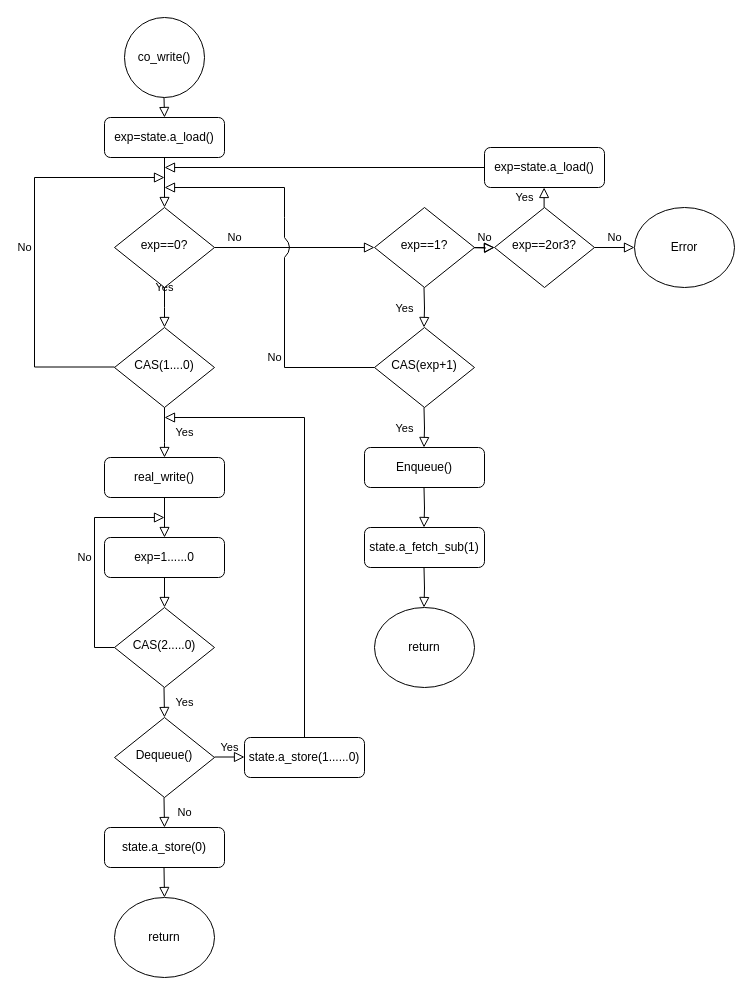
Before: Co_Write.drawio in dangzzz/CoIO, a draw.io diagram. Source tidied: cells renumbered, new cells numbered last; positions are measured from the earlier drawing's top-left corner, leaving out a move shared by most shapes. Both pictures are drawn from the tidied source at 100%, with x=0, y=0 at pixel (34, 17).
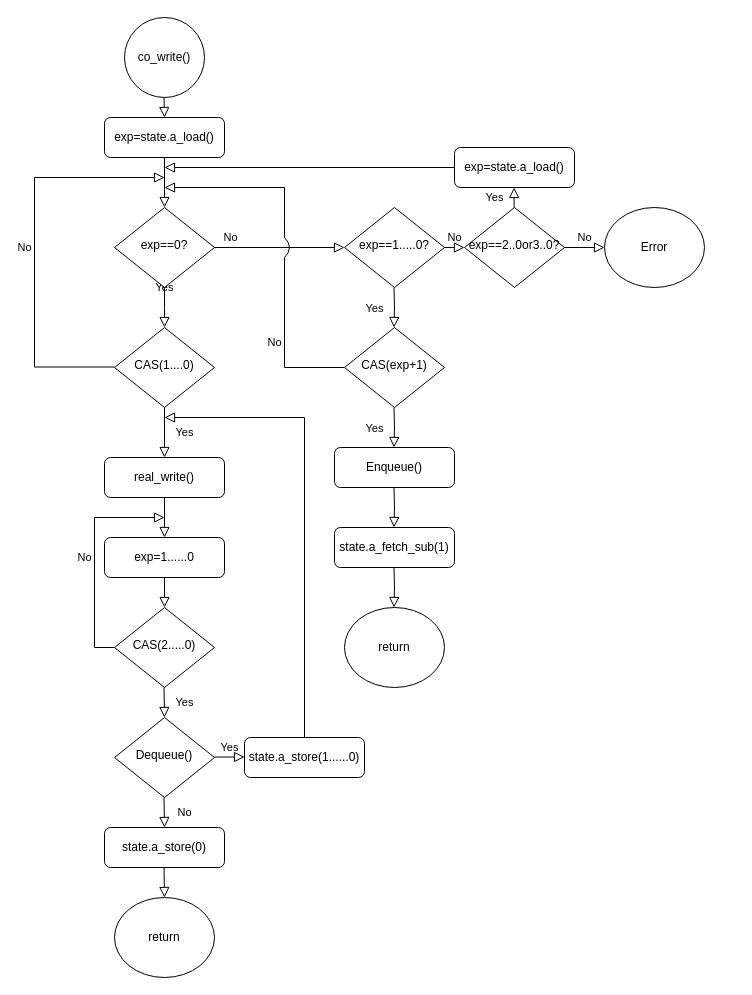
The same page after the edit.

Change to the diagram source:
```diff
@@
-    <mxCell id="7" style="edgeStyle=orthogonalEdgeStyle;rounded=0;jettySize=auto;html=1;shadow=0;labelBackgroundColor=none;endArrow=block;endFill=0;endSize=8;strokeWidth=1;" parent="1" edge="1" target="10">
-      <mxGeometry relative="1" as="geometry">
-        <mxPoint x="430" y="230" as="sourcePoint" />
-      </mxGeometry>
-    </mxCell>
-    <mxCell id="8" value="exp==1?" style="rhombus;whiteSpace=wrap;html=1;shadow=0;fontFamily=Helvetica;fontSize=12;align=center;strokeWidth=1;spacing=6;spacingTop=-4;" parent="1" vertex="1">
-      <mxGeometry x="340" y="190" width="100" height="80" as="geometry" />
+    <mxCell id="8" value="exp==1.....0?" style="rhombus;whiteSpace=wrap;html=1;shadow=0;fontFamily=Helvetica;fontSize=12;align=center;strokeWidth=1;spacing=6;spacingTop=-4;" parent="1" vertex="1">
+      <mxGeometry x="310" y="190" width="100" height="80" as="geometry" />
     </mxCell>
-    <mxCell id="9" value="No" style="edgeStyle=orthogonalEdgeStyle;rounded=0;html=1;jettySize=auto;fontSize=11;endArrow=block;endFill=0;endSize=8;strokeWidth=1;shadow=0;labelBackgroundColor=none;entryX=0;entryY=0.5;entryDx=0;entryDy=0;exitX=1;exitY=0.5;exitDx=0;exitDy=0;" parent="1" edge="1" source="8" target="10">
+    <mxCell id="9" value="No" style="edgeStyle=orthogonalEdgeStyle;rounded=0;html=1;jettySize=auto;fontSize=11;endArrow=block;endFill=0;endSize=8;strokeWidth=1;shadow=0;labelBackgroundColor=none;exitX=1;exitY=0.5;exitDx=0;exitDy=0;entryX=0;entryY=0.5;entryDx=0;entryDy=0;" parent="1" edge="1" source="8" target="10">
       <mxGeometry y="10" relative="1" as="geometry" />
     </mxCell>
-    <mxCell id="10" value="exp==2or3?" style="rhombus;whiteSpace=wrap;html=1;shadow=0;fontFamily=Helvetica;fontSize=12;align=center;strokeWidth=1;spacing=6;spacingTop=-4;" parent="1" vertex="1">
-      <mxGeometry x="460" y="190" width="100" height="80" as="geometry" />
+    <mxCell id="10" value="exp==2..0or3..0?" style="rhombus;whiteSpace=wrap;html=1;shadow=0;fontFamily=Helvetica;fontSize=12;align=center;strokeWidth=1;spacing=6;spacingTop=-4;" parent="1" vertex="1">
+      <mxGeometry x="430" y="190" width="100" height="80" as="geometry" />
     </mxCell>
     <mxCell id="11" value="No" style="edgeStyle=orthogonalEdgeStyle;rounded=0;html=1;jettySize=auto;orthogonalLoop=1;fontSize=11;endArrow=block;endFill=0;endSize=8;strokeWidth=1;shadow=0;labelBackgroundColor=none;" parent="1" edge="1">
       <mxGeometry y="10" relative="1" as="geometry">
-        <mxPoint x="560" y="230" as="sourcePoint" />
-        <mxPoint x="600" y="230" as="targetPoint" />
+        <mxPoint x="530" y="230" as="sourcePoint" />
+        <mxPoint x="570" y="230" as="targetPoint" />
         <Array as="points">
-          <mxPoint x="560" y="230" />
-          <mxPoint x="560" y="230" />
+          <mxPoint x="530" y="230" />
+          <mxPoint x="530" y="230" />
         </Array>
       </mxGeometry>
     </mxCell>
     <mxCell id="12" value="Error" style="ellipse;whiteSpace=wrap;html=1;" parent="1" vertex="1">
-      <mxGeometry x="600" y="190" width="100" height="80" as="geometry" />
+      <mxGeometry x="570" y="190" width="100" height="80" as="geometry" />
     </mxCell>
@@
     <mxCell id="30" value="Yes" style="rounded=0;html=1;jettySize=auto;orthogonalLoop=1;fontSize=11;endArrow=block;endFill=0;endSize=8;strokeWidth=1;shadow=0;labelBackgroundColor=none;edgeStyle=orthogonalEdgeStyle;" parent="1" edge="1">
       <mxGeometry y="20" relative="1" as="geometry">
-        <mxPoint x="389.5" y="270" as="sourcePoint" />
-        <mxPoint x="389.5" y="310" as="targetPoint" />
+        <mxPoint x="359.5" y="270" as="sourcePoint" />
+        <mxPoint x="359.5" y="310" as="targetPoint" />
       </mxGeometry>
     </mxCell>
     <mxCell id="31" value="CAS(exp+1)" style="rhombus;whiteSpace=wrap;html=1;shadow=0;fontFamily=Helvetica;fontSize=12;align=center;strokeWidth=1;spacing=6;spacingTop=-4;" parent="1" vertex="1">
-      <mxGeometry x="340" y="310" width="100" height="80" as="geometry" />
+      <mxGeometry x="310" y="310" width="100" height="80" as="geometry" />
     </mxCell>
@@
     <mxCell id="35" value="return" style="ellipse;whiteSpace=wrap;html=1;" parent="1" vertex="1">
-      <mxGeometry x="340" y="590" width="100" height="80" as="geometry" />
+      <mxGeometry x="310" y="590" width="100" height="80" as="geometry" />
     </mxCell>
@@
     <mxCell id="37" value="Yes" style="rounded=0;html=1;jettySize=auto;orthogonalLoop=1;fontSize=11;endArrow=block;endFill=0;endSize=8;strokeWidth=1;shadow=0;labelBackgroundColor=none;edgeStyle=orthogonalEdgeStyle;" parent="1" edge="1">
       <mxGeometry y="20" relative="1" as="geometry">
-        <mxPoint x="389.5" y="390" as="sourcePoint" />
-        <mxPoint x="389.5" y="430" as="targetPoint" />
+        <mxPoint x="359.5" y="390" as="sourcePoint" />
+        <mxPoint x="359.5" y="430" as="targetPoint" />
       </mxGeometry>
     </mxCell>
     <mxCell id="38" value="Enqueue()" style="rounded=1;whiteSpace=wrap;html=1;fontSize=12;glass=0;strokeWidth=1;shadow=0;" parent="1" vertex="1">
-      <mxGeometry x="330" y="430" width="120" height="40" as="geometry" />
+      <mxGeometry x="300" y="430" width="120" height="40" as="geometry" />
     </mxCell>
@@
     <mxCell id="41" style="rounded=0;html=1;jettySize=auto;orthogonalLoop=1;fontSize=11;endArrow=block;endFill=0;endSize=8;strokeWidth=1;shadow=0;labelBackgroundColor=none;edgeStyle=orthogonalEdgeStyle;" parent="1" edge="1">
       <mxGeometry y="20" relative="1" as="geometry">
-        <mxPoint x="389.5" y="470" as="sourcePoint" />
-        <mxPoint x="389.5" y="510" as="targetPoint" />
+        <mxPoint x="359.5" y="470" as="sourcePoint" />
+        <mxPoint x="359.5" y="510" as="targetPoint" />
       </mxGeometry>
     </mxCell>
     <mxCell id="42" value="state.a_fetch_sub(1)" style="rounded=1;whiteSpace=wrap;html=1;fontSize=12;glass=0;strokeWidth=1;shadow=0;" parent="1" vertex="1">
-      <mxGeometry x="330" y="510" width="120" height="40" as="geometry" />
+      <mxGeometry x="300" y="510" width="120" height="40" as="geometry" />
     </mxCell>
     <mxCell id="43" style="rounded=0;html=1;jettySize=auto;orthogonalLoop=1;fontSize=11;endArrow=block;endFill=0;endSize=8;strokeWidth=1;shadow=0;labelBackgroundColor=none;edgeStyle=orthogonalEdgeStyle;" parent="1" edge="1">
       <mxGeometry y="20" relative="1" as="geometry">
-        <mxPoint x="389.5" y="550" as="sourcePoint" />
-        <mxPoint x="389.5" y="590" as="targetPoint" />
+        <mxPoint x="359.5" y="550" as="sourcePoint" />
+        <mxPoint x="359.5" y="590" as="targetPoint" />
       </mxGeometry>
     </mxCell>
@@
     <mxCell id="45" value="exp=state.a_load()" style="rounded=1;whiteSpace=wrap;html=1;fontSize=12;glass=0;strokeWidth=1;shadow=0;" parent="1" vertex="1">
-      <mxGeometry x="450" y="130" width="120" height="40" as="geometry" />
+      <mxGeometry x="420" y="130" width="120" height="40" as="geometry" />
     </mxCell>
     <mxCell id="46" value="Yes" style="rounded=0;html=1;jettySize=auto;orthogonalLoop=1;fontSize=11;endArrow=block;endFill=0;endSize=8;strokeWidth=1;shadow=0;labelBackgroundColor=none;edgeStyle=orthogonalEdgeStyle;" parent="1" edge="1">
       <mxGeometry y="20" relative="1" as="geometry">
-        <mxPoint x="509.6" y="190" as="sourcePoint" />
-        <mxPoint x="509.6" y="170" as="targetPoint" />
+        <mxPoint x="479.6" y="190" as="sourcePoint" />
+        <mxPoint x="479.6" y="170" as="targetPoint" />
       </mxGeometry>
     </mxCell>
```
